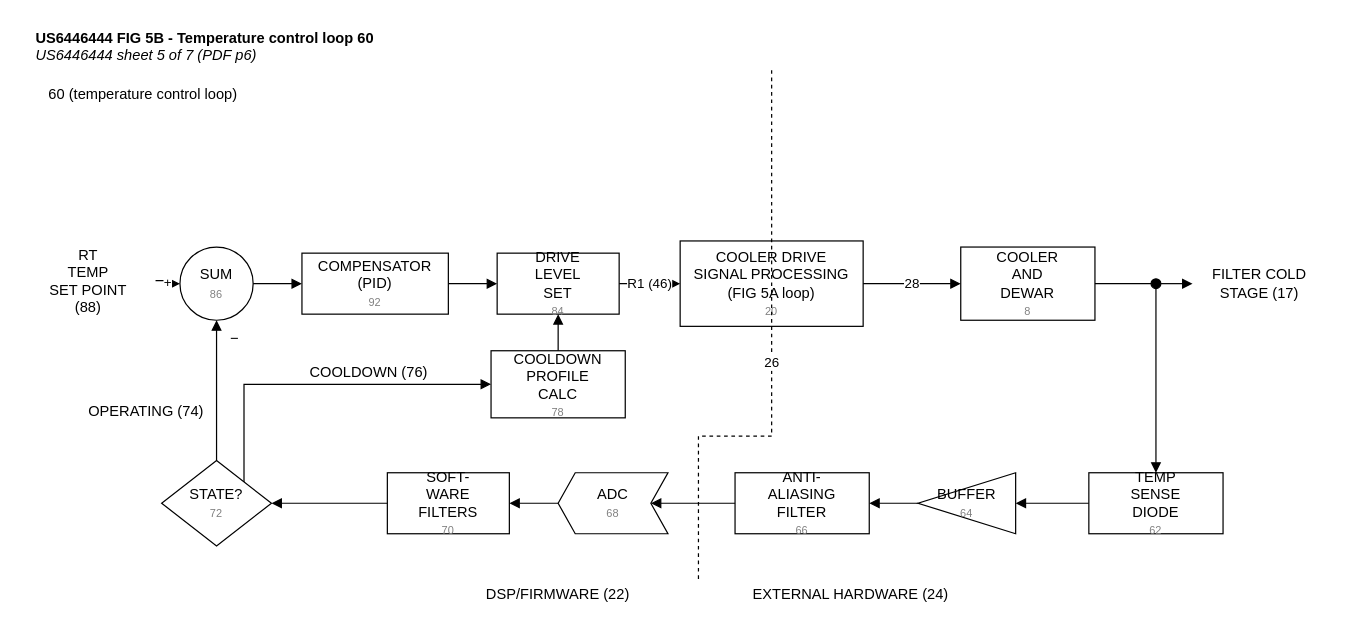
This is docs/oem-controller/US6446444/diagrams/fig5b_temperature_control_loop.drawio from jhyland87/Cryocooler-Controller, a draw.io file, before an edit. Source tidied: cells renumbered, new cells numbered last; positions are measured from the earlier drawing's top-left corner, leaving out a move shared by most shapes. Both pictures are drawn from the tidied source at 122%, with x=0, y=0 at pixel (21, 21).
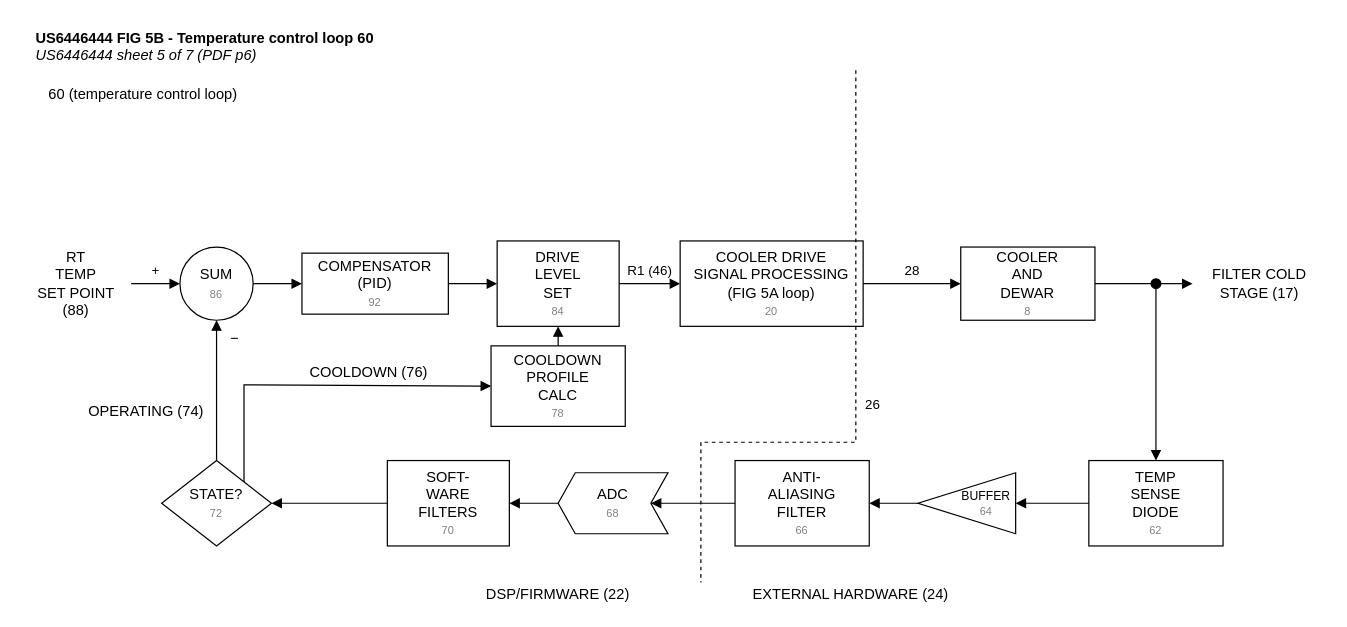
The same page after the edit.

Unchanged cells that the change refers to:
```xml
<mxCell id="4" value="SUM&lt;br&gt;&lt;font style=&quot;font-size:9px&quot; color=&quot;#808080&quot;&gt;86&lt;/font&gt;" style="ellipse;whiteSpace=wrap;html=1;" parent="1" vertex="1">
  <mxGeometry x="130" y="185" width="60" height="60" as="geometry" />
</mxCell>
<mxCell id="7" value="COOLER DRIVE&lt;br&gt;SIGNAL PROCESSING&lt;br&gt;(FIG 5A loop)&lt;br&gt;&lt;font style=&quot;font-size:9px&quot; color=&quot;#808080&quot;&gt;20&lt;/font&gt;" style="rounded=0;whiteSpace=wrap;html=1;" parent="1" vertex="1">
  <mxGeometry x="540" y="180" width="150" height="70" as="geometry" />
</mxCell>
<mxCell id="8" value="COOLER&lt;br&gt;AND&lt;br&gt;DEWAR&lt;br&gt;&lt;font style=&quot;font-size:9px&quot; color=&quot;#808080&quot;&gt;8&lt;/font&gt;" style="rounded=0;whiteSpace=wrap;html=1;" parent="1" vertex="1">
  <mxGeometry x="770" y="185" width="110" height="60" as="geometry" />
</mxCell>
```

What changed in the source:
```diff
@@
     <mxCell id="3" value="RT&lt;br&gt;TEMP&lt;br&gt;SET POINT&lt;br&gt;(88)" style="text;html=1;align=center;verticalAlign=middle;whiteSpace=wrap;strokeColor=none;fillColor=none;" parent="1" vertex="1">
-      <mxGeometry y="175" width="110" height="75" as="geometry" />
+      <mxGeometry y="175" width="90" height="80" as="geometry" />
     </mxCell>
@@
     <mxCell id="6" value="DRIVE&lt;br&gt;LEVEL&lt;br&gt;SET&lt;br&gt;&lt;font style=&quot;font-size:9px&quot; color=&quot;#808080&quot;&gt;84&lt;/font&gt;" style="rounded=0;whiteSpace=wrap;html=1;" parent="1" vertex="1">
-      <mxGeometry x="390" y="190" width="100" height="50" as="geometry" />
+      <mxGeometry x="390" y="180" width="100" height="70" as="geometry" />
     </mxCell>
@@
     <mxCell id="11" value="TEMP&lt;br&gt;SENSE&lt;br&gt;DIODE&lt;br&gt;&lt;font style=&quot;font-size:9px&quot; color=&quot;#808080&quot;&gt;62&lt;/font&gt;" style="rounded=0;whiteSpace=wrap;html=1;" parent="1" vertex="1">
-      <mxGeometry x="875" y="370" width="110" height="50" as="geometry" />
+      <mxGeometry x="875" y="360" width="110" height="70" as="geometry" />
     </mxCell>
-    <mxCell id="12" value="BUFFER&lt;br&gt;&lt;font style=&quot;font-size:9px&quot; color=&quot;#808080&quot;&gt;64&lt;/font&gt;" style="triangle;whiteSpace=wrap;html=1;direction=west;" parent="1" vertex="1">
+    <mxCell id="12" value="BUFFER&lt;br&gt;&lt;font style=&quot;font-size:9px&quot; color=&quot;#808080&quot;&gt;64&lt;/font&gt;" style="triangle;whiteSpace=wrap;html=1;direction=west;fontSize=10;spacingLeft=32;" parent="1" vertex="1">
       <mxGeometry x="735" y="370" width="80" height="50" as="geometry" />
     </mxCell>
     <mxCell id="13" value="ANTI-&lt;br&gt;ALIASING&lt;br&gt;FILTER&lt;br&gt;&lt;font style=&quot;font-size:9px&quot; color=&quot;#808080&quot;&gt;66&lt;/font&gt;" style="rounded=0;whiteSpace=wrap;html=1;" parent="1" vertex="1">
-      <mxGeometry x="585" y="370" width="110" height="50" as="geometry" />
+      <mxGeometry x="585" y="360" width="110" height="70" as="geometry" />
     </mxCell>
@@
     <mxCell id="15" value="SOFT-&lt;br&gt;WARE&lt;br&gt;FILTERS&lt;br&gt;&lt;font style=&quot;font-size:9px&quot; color=&quot;#808080&quot;&gt;70&lt;/font&gt;" style="rounded=0;whiteSpace=wrap;html=1;" parent="1" vertex="1">
-      <mxGeometry x="300" y="370" width="100" height="50" as="geometry" />
+      <mxGeometry x="300" y="360" width="100" height="70" as="geometry" />
     </mxCell>
@@
     <mxCell id="17" value="COOLDOWN&lt;br&gt;PROFILE&lt;br&gt;CALC&lt;br&gt;&lt;font style=&quot;font-size:9px&quot; color=&quot;#808080&quot;&gt;78&lt;/font&gt;" style="rounded=0;whiteSpace=wrap;html=1;" parent="1" vertex="1">
-      <mxGeometry x="385" y="270" width="110" height="55" as="geometry" />
+      <mxGeometry x="385" y="266" width="110" height="66" as="geometry" />
     </mxCell>
-    <mxCell id="18" value="+" style="edgeStyle=orthogonalEdgeStyle;rounded=0;html=1;endArrow=block;endFill=1;" parent="1" edge="1" source="3" target="4">
+    <mxCell id="18" value="+" style="edgeStyle=orthogonalEdgeStyle;rounded=0;html=1;endArrow=block;endFill=1;verticalAlign=bottom;labelBackgroundColor=none;spacingBottom=2;" parent="1" edge="1" source="3" target="4">
       <mxGeometry relative="1" as="geometry" />
     </mxCell>
@@
-    <mxCell id="21" value="R1 (46)" style="edgeStyle=orthogonalEdgeStyle;rounded=0;html=1;endArrow=block;endFill=1;" parent="1" edge="1" source="6" target="7">
+    <mxCell id="21" value="R1 (46)" style="edgeStyle=orthogonalEdgeStyle;rounded=0;html=1;endArrow=block;endFill=1;verticalAlign=bottom;labelBackgroundColor=none;spacingBottom=2;" parent="1" edge="1" source="6" target="7">
       <mxGeometry relative="1" as="geometry" />
     </mxCell>
-    <mxCell id="22" value="28" style="edgeStyle=orthogonalEdgeStyle;rounded=0;html=1;endArrow=block;endFill=1;" parent="1" edge="1" source="7" target="8">
+    <mxCell id="22" value="28" style="edgeStyle=orthogonalEdgeStyle;rounded=0;html=1;endArrow=block;endFill=1;verticalAlign=bottom;labelBackgroundColor=none;spacingBottom=2;" parent="1" edge="1" source="7" target="8">
       <mxGeometry relative="1" as="geometry" />
     </mxCell>
@@
-    <mxCell id="37" value="26" style="endArrow=none;html=1;rounded=0;dashed=1;" parent="1" edge="1">
+    <mxCell id="37" value="26" style="endArrow=none;html=1;rounded=0;dashed=1;align=left;verticalAlign=middle;labelBackgroundColor=none;spacingLeft=6;" parent="1" edge="1">
       <mxGeometry relative="1" as="geometry">
-        <mxPoint x="615" y="40" as="sourcePoint" />
-        <mxPoint x="555" y="460" as="targetPoint" />
+        <mxPoint x="684" y="40" as="sourcePoint" />
+        <mxPoint x="557" y="460" as="targetPoint" />
         <Array as="points">
-          <mxPoint x="615" y="340" />
-          <mxPoint x="555" y="340" />
+          <mxPoint x="684" y="345" />
+          <mxPoint x="557" y="345" />
         </Array>
       </mxGeometry>
     </mxCell>
```
